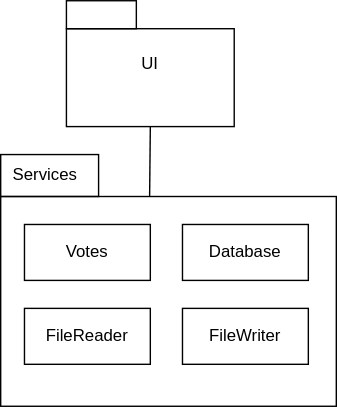
The draw.io diagram harjoitustyo/dokumentaatio/luokkakaavio.svg in emigination/ot-harjoitustyo, before a commit. Source tidied: cells renumbered, new cells last; positions are measured from the earlier drawing's top-left corner, leaving out a move shared by most shapes.
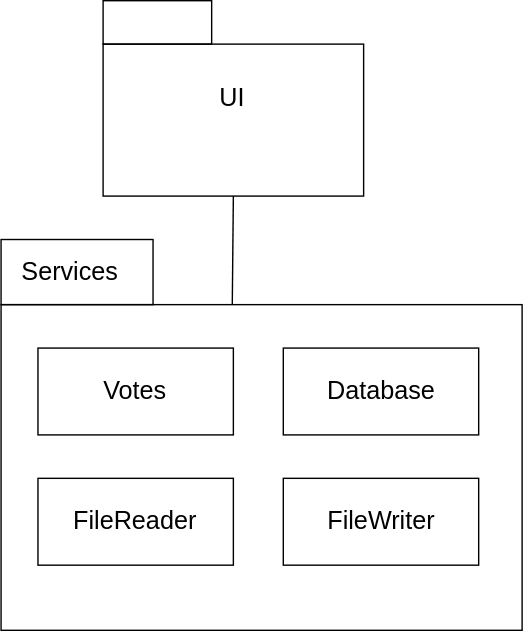
The same file after the commit.

Commit message:
Luokkakaavio päivitetty

Change to the diagram source:
```diff
@@ -2,65 +2,68 @@
   <root>
     <mxCell id="0" />
     <mxCell id="1" parent="0" />
-    <mxCell id="2" style="rounded=0;whiteSpace=wrap;html=1;fillColor=none;" parent="1" vertex="1">
-      <mxGeometry x="47" y="20" width="120" height="70" as="geometry" />
-    </mxCell>
+    <mxCell id="21" style="group;" parent="1" vertex="1">
+      <mxGeometry width="372.4" height="450" as="geometry" />
+    </mxCell>
+    <mxCell id="22" style="rounded=0;whiteSpace=wrap;html=1;fillColor=none;" parent="21" vertex="1">
+      <mxGeometry y="170.7" width="108.6" height="46.6" as="geometry" />
+    </mxCell>
+    <mxCell id="23" style="rounded=0;whiteSpace=wrap;html=1;fillColor=none;" parent="21" vertex="1">
+      <mxGeometry x="72.9" y="31" width="186.2" height="108.6" as="geometry" />
+    </mxCell>
-    <mxCell id="3" value="UI" style="text;html=1;strokeColor=none;fillColor=none;align=center;verticalAlign=middle;whiteSpace=wrap;rounded=0;" parent="1" vertex="1">
-      <mxGeometry x="77" y="30" width="60" height="30" as="geometry" />
+    <mxCell id="3" value="&lt;font style=&quot;font-size: 18px&quot;&gt;UI&lt;/font&gt;" style="text;html=1;strokeColor=none;fillColor=none;align=center;verticalAlign=middle;whiteSpace=wrap;rounded=0;" parent="21" vertex="1">
+      <mxGeometry x="119.5" y="46.6" width="93.1" height="46.6" as="geometry" />
     </mxCell>
-    <mxCell id="4" style="rounded=0;whiteSpace=wrap;html=1;fillColor=none;" parent="1" vertex="1">
-      <mxGeometry x="47" width="50" height="20" as="geometry" />
-    </mxCell>
-    <mxCell id="5" style="endArrow=none;html=1;" parent="1" edge="1">
-      <mxGeometry relative="1" as="geometry">
-        <mxPoint x="106.5" y="140" as="sourcePoint" />
-        <mxPoint x="107" y="90" as="targetPoint" />
-      </mxGeometry>
-    </mxCell>
-    <mxCell id="6" style="rounded=0;whiteSpace=wrap;html=1;fillColor=none;" parent="1" vertex="1">
-      <mxGeometry y="140" width="240" height="150" as="geometry" />
-    </mxCell>
+    <mxCell id="24" style="rounded=0;whiteSpace=wrap;html=1;fillColor=none;" parent="21" vertex="1">
+      <mxGeometry x="72.9" width="77.6" height="31" as="geometry" />
+    </mxCell>
+    <mxCell id="25" style="endArrow=none;html=1;" parent="21" edge="1">
+      <mxGeometry relative="1" as="geometry">
+        <mxPoint x="165.3" y="217.2" as="sourcePoint" />
+        <mxPoint x="166" y="139.7" as="targetPoint" />
+      </mxGeometry>
+    </mxCell>
+    <mxCell id="26" style="rounded=0;whiteSpace=wrap;html=1;fillColor=none;" parent="21" vertex="1">
+      <mxGeometry y="217.2" width="372.4" height="232.8" as="geometry" />
+    </mxCell>
-    <mxCell id="7" value="Services" style="text;html=1;strokeColor=none;fillColor=none;align=center;verticalAlign=middle;whiteSpace=wrap;rounded=0;" parent="1" vertex="1">
-      <mxGeometry x="2" y="110" width="60" height="30" as="geometry" />
+    <mxCell id="7" value="&lt;font style=&quot;font-size: 18px&quot;&gt;Services&lt;/font&gt;" style="text;html=1;strokeColor=none;fillColor=none;align=center;verticalAlign=middle;whiteSpace=wrap;rounded=0;" parent="21" vertex="1">
+      <mxGeometry x="3.1" y="170.7" width="93.1" height="46.6" as="geometry" />
     </mxCell>
-    <mxCell id="8" style="rounded=0;whiteSpace=wrap;html=1;fillColor=none;" parent="1" vertex="1">
-      <mxGeometry y="110" width="70" height="30" as="geometry" />
-    </mxCell>
-    <mxCell id="9" style="group;" parent="1" vertex="1">
-      <mxGeometry x="17" y="160" width="90" height="40" as="geometry" />
-    </mxCell>
-    <mxCell id="10" style="rounded=0;whiteSpace=wrap;html=1;fillColor=none;" parent="9" vertex="1">
-      <mxGeometry width="90" height="40" as="geometry" />
-    </mxCell>
+    <mxCell id="27" style="group;" parent="21" vertex="1">
+      <mxGeometry x="26.4" y="248.3" width="139.7" height="62.1" as="geometry" />
+    </mxCell>
+    <mxCell id="28" style="rounded=0;whiteSpace=wrap;html=1;fillColor=none;" parent="27" vertex="1">
+      <mxGeometry width="139.7" height="62.1" as="geometry" />
+    </mxCell>
-    <mxCell id="11" value="Votes" style="text;html=1;strokeColor=none;fillColor=none;align=center;verticalAlign=middle;whiteSpace=wrap;rounded=0;" parent="9" vertex="1">
-      <mxGeometry x="25" y="10" width="40" height="20" as="geometry" />
+    <mxCell id="11" value="&lt;font style=&quot;font-size: 18px&quot;&gt;Votes&lt;/font&gt;" style="text;html=1;strokeColor=none;fillColor=none;align=center;verticalAlign=middle;whiteSpace=wrap;rounded=0;" parent="27" vertex="1">
+      <mxGeometry x="38.8" y="15.5" width="62.1" height="31" as="geometry" />
     </mxCell>
-    <mxCell id="12" style="group;" parent="1" vertex="1">
-      <mxGeometry x="130" y="160" width="90" height="40" as="geometry" />
-    </mxCell>
-    <mxCell id="13" style="rounded=0;whiteSpace=wrap;html=1;fillColor=none;" parent="12" vertex="1">
-      <mxGeometry width="90" height="40" as="geometry" />
-    </mxCell>
+    <mxCell id="29" style="group;" parent="21" vertex="1">
+      <mxGeometry x="201.7" y="248.3" width="139.7" height="62.1" as="geometry" />
+    </mxCell>
+    <mxCell id="30" style="rounded=0;whiteSpace=wrap;html=1;fillColor=none;" parent="29" vertex="1">
+      <mxGeometry width="139.7" height="62.1" as="geometry" />
+    </mxCell>
-    <mxCell id="14" value="Database" style="text;html=1;strokeColor=none;fillColor=none;align=center;verticalAlign=middle;whiteSpace=wrap;rounded=0;" parent="12" vertex="1">
-      <mxGeometry x="25" y="10" width="40" height="20" as="geometry" />
+    <mxCell id="14" value="&lt;font style=&quot;font-size: 18px&quot;&gt;Database&lt;/font&gt;" style="text;html=1;strokeColor=none;fillColor=none;align=center;verticalAlign=middle;whiteSpace=wrap;rounded=0;" parent="29" vertex="1">
+      <mxGeometry x="38.8" y="15.5" width="62.1" height="31" as="geometry" />
     </mxCell>
-    <mxCell id="15" style="group;" parent="1" vertex="1">
-      <mxGeometry x="17" y="220" width="90" height="40" as="geometry" />
-    </mxCell>
-    <mxCell id="16" style="rounded=0;whiteSpace=wrap;html=1;fillColor=none;" parent="15" vertex="1">
-      <mxGeometry width="90" height="40" as="geometry" />
-    </mxCell>
+    <mxCell id="31" style="group;" parent="21" vertex="1">
+      <mxGeometry x="26.4" y="341.4" width="139.7" height="62.1" as="geometry" />
+    </mxCell>
+    <mxCell id="32" style="rounded=0;whiteSpace=wrap;html=1;fillColor=none;" parent="31" vertex="1">
+      <mxGeometry width="139.7" height="62.1" as="geometry" />
+    </mxCell>
-    <mxCell id="17" value="FileReader" style="text;html=1;strokeColor=none;fillColor=none;align=center;verticalAlign=middle;whiteSpace=wrap;rounded=0;" parent="15" vertex="1">
-      <mxGeometry x="25" y="10" width="40" height="20" as="geometry" />
+    <mxCell id="17" value="&lt;font style=&quot;font-size: 18px&quot;&gt;FileReader&lt;/font&gt;" style="text;html=1;strokeColor=none;fillColor=none;align=center;verticalAlign=middle;whiteSpace=wrap;rounded=0;" parent="31" vertex="1">
+      <mxGeometry x="38.8" y="15.5" width="62.1" height="31" as="geometry" />
     </mxCell>
-    <mxCell id="18" style="group;" parent="1" vertex="1">
-      <mxGeometry x="130" y="220" width="90" height="40" as="geometry" />
-    </mxCell>
-    <mxCell id="19" style="rounded=0;whiteSpace=wrap;html=1;fillColor=none;" parent="18" vertex="1">
-      <mxGeometry width="90" height="40" as="geometry" />
-    </mxCell>
+    <mxCell id="33" style="group;" parent="21" vertex="1">
+      <mxGeometry x="201.7" y="341.4" width="139.7" height="62.1" as="geometry" />
+    </mxCell>
+    <mxCell id="34" style="rounded=0;whiteSpace=wrap;html=1;fillColor=none;" parent="33" vertex="1">
+      <mxGeometry width="139.7" height="62.1" as="geometry" />
+    </mxCell>
-    <mxCell id="20" value="FileWriter" style="text;html=1;strokeColor=none;fillColor=none;align=center;verticalAlign=middle;whiteSpace=wrap;rounded=0;" parent="18" vertex="1">
-      <mxGeometry x="25" y="10" width="40" height="20" as="geometry" />
+    <mxCell id="20" value="&lt;font style=&quot;font-size: 18px&quot;&gt;FileWriter&lt;/font&gt;" style="text;html=1;strokeColor=none;fillColor=none;align=center;verticalAlign=middle;whiteSpace=wrap;rounded=0;" parent="33" vertex="1">
+      <mxGeometry x="38.8" y="15.5" width="62.1" height="31" as="geometry" />
     </mxCell>
   </root>
 </mxGraphModel>
```
